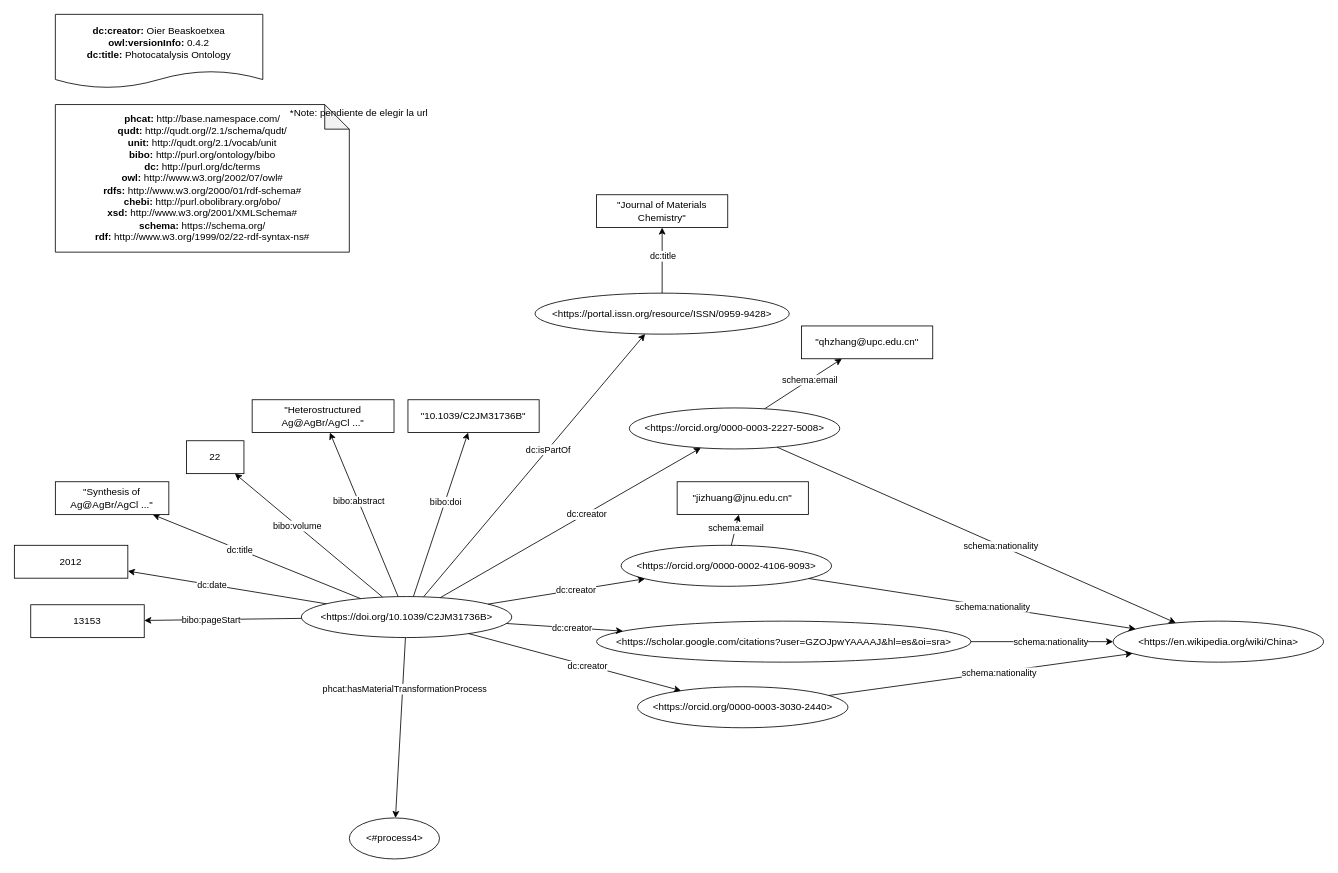
Above: page "Ejemplo-article" (1 of 8) of examples/photocatalysis-ontology-example.drawio in SolarChem/solarchem-ontology (draw.io), before the change. Source tidied: cells renumbered, new cells numbered last; positions are measured from the earlier drawing's top-left corner, leaving out a move shared by most shapes. Both pictures are drawn from the tidied source at 82%, with x=0, y=0 at pixel (14, 14).
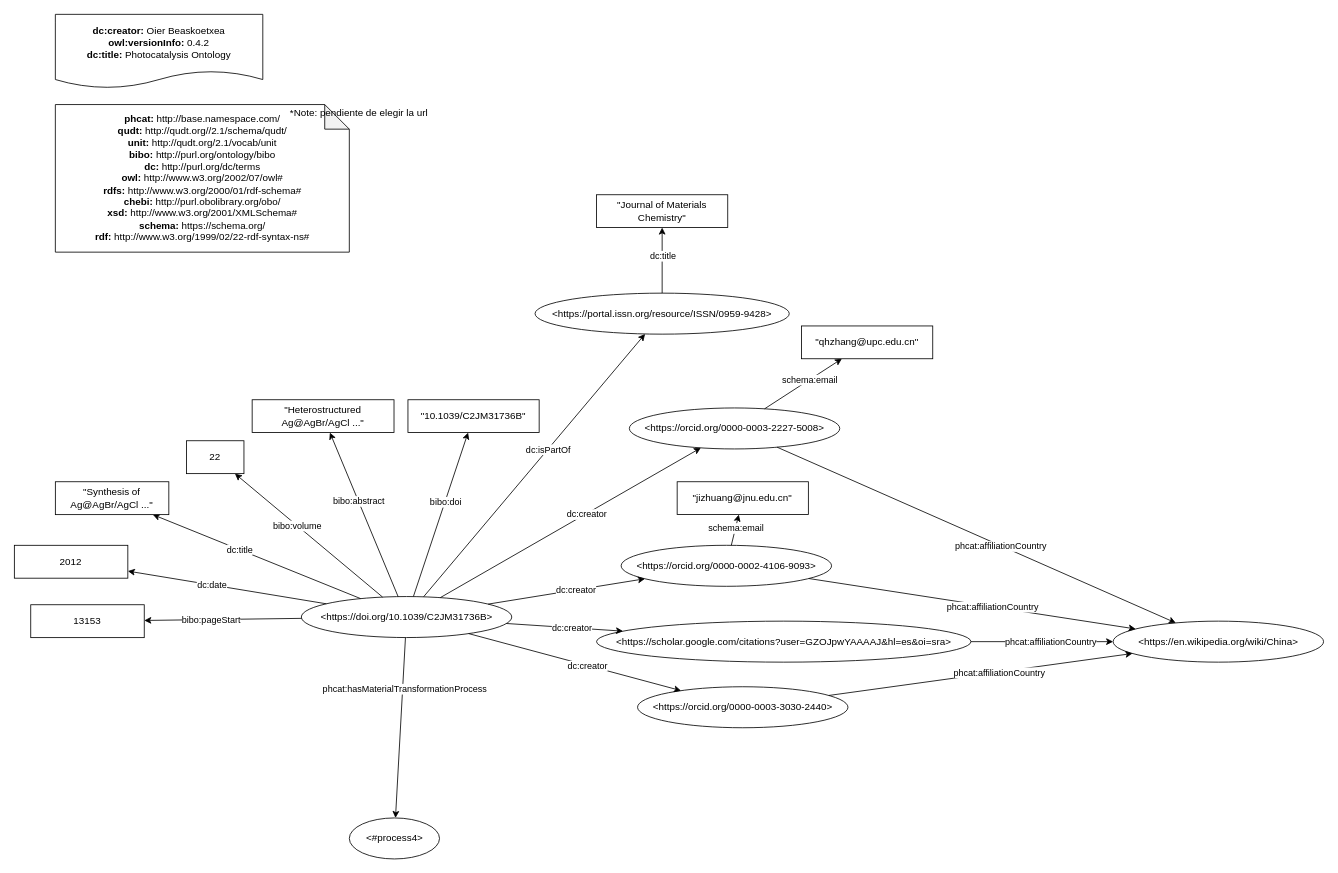
The same diagram, later.

Unchanged cells that the change refers to:
```xml
<mxCell id="26" style="edgeStyle=none;rounded=0;jettySize=auto;html=1;" parent="1" edge="1" source="13" target="25">
  <mxGeometry relative="1" as="geometry" />
</mxCell>
<mxCell id="28" style="edgeStyle=none;rounded=0;jettySize=auto;html=1;" parent="1" edge="1" source="14" target="25">
  <mxGeometry relative="1" as="geometry" />
</mxCell>
<mxCell id="30" style="edgeStyle=none;rounded=0;jettySize=auto;html=1;" parent="1" edge="1" source="15" target="25">
  <mxGeometry relative="1" as="geometry" />
</mxCell>
<mxCell id="32" style="edgeStyle=none;rounded=0;jettySize=auto;html=1;" parent="1" edge="1" source="16" target="25">
  <mxGeometry relative="1" as="geometry" />
</mxCell>
```

Change to the diagram source:
```diff
@@
-    <mxCell id="27" value="schema:nationality" style="edgeLabel;html=1;align=center;verticalAlign=middle;" parent="26" vertex="1">
+    <mxCell id="27" value="phcat:affiliationCountry" style="edgeLabel;html=1;align=center;verticalAlign=middle;" parent="26" vertex="1">
       <mxGeometry x="0.12" relative="1" as="geometry" />
     </mxCell>
@@
-    <mxCell id="29" value="schema:nationality" style="edgeLabel;html=1;align=center;verticalAlign=middle;" parent="28" vertex="1">
+    <mxCell id="29" value="phcat:affiliationCountry" style="edgeLabel;html=1;align=center;verticalAlign=middle;" parent="28" vertex="1">
       <mxGeometry x="0.12" relative="1" as="geometry" />
     </mxCell>
@@
-    <mxCell id="31" value="schema:nationality" style="edgeLabel;html=1;align=center;verticalAlign=middle;" parent="30" vertex="1">
+    <mxCell id="31" value="phcat:affiliationCountry" style="edgeLabel;html=1;align=center;verticalAlign=middle;" parent="30" vertex="1">
       <mxGeometry x="0.12" relative="1" as="geometry" />
     </mxCell>
@@
-    <mxCell id="33" value="schema:nationality" style="edgeLabel;html=1;align=center;verticalAlign=middle;" parent="32" vertex="1">
+    <mxCell id="33" value="phcat:affiliationCountry" style="edgeLabel;html=1;align=center;verticalAlign=middle;" parent="32" vertex="1">
       <mxGeometry x="0.12" relative="1" as="geometry" />
     </mxCell>
```
